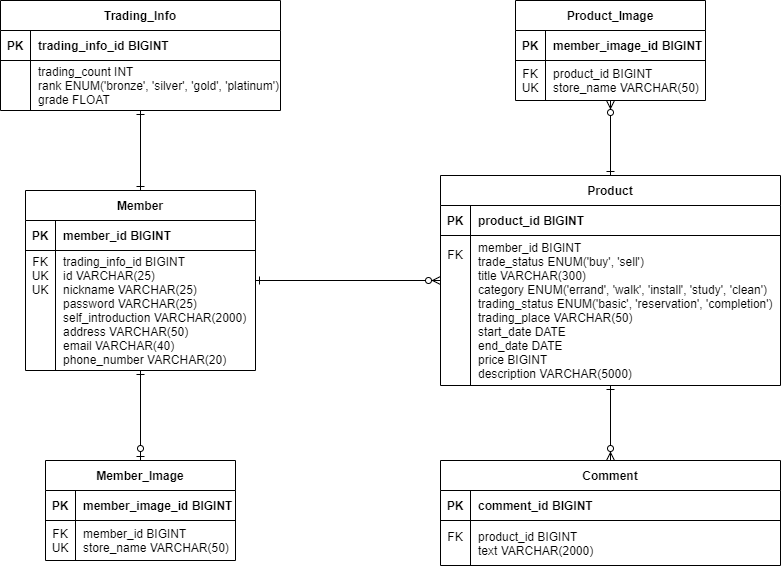
Above: sprint1 table.drawio.png in TEAM-TEMPUS/jjapturi (draw.io), before the change. Source tidied: cells renumbered, new cells last; positions are measured from the earlier drawing's top-left corner, leaving out a move shared by most shapes.
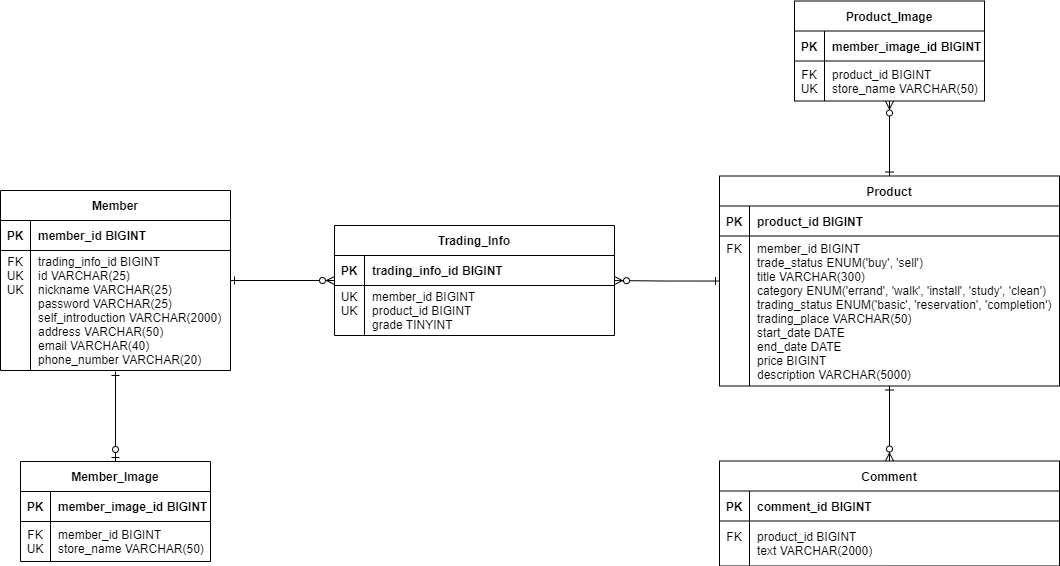
Above is the later version.

Commit message:
docs: 거래 정보 테이블 수정

Change to the diagram source:
```diff
@@ -3,7 +3,7 @@
     <mxCell id="0" />
     <mxCell id="1" parent="0" />
     <mxCell id="2" value="Member" style="shape=table;startSize=30;rowLines=0;fontStyle=1;align=center;" parent="1" vertex="1">
-      <mxGeometry x="25" y="190" width="230" height="180" as="geometry" />
+      <mxGeometry x="-154" y="187" width="230" height="180" as="geometry" />
     </mxCell>
     <mxCell id="3" style="shape=tableRow;horizontal=0;startSize=0;swimlaneHead=0;swimlaneBody=0;fillColor=none;top=0;left=0;right=0;bottom=1;" parent="2" vertex="1">
       <mxGeometry y="30" width="230" height="30" as="geometry" />
@@ -23,29 +23,8 @@
     <mxCell id="8" value="trading_info_id BIGINT&#10;id VARCHAR(25)&#10;nickname VARCHAR(25)&#10;password VARCHAR(25)&#10;self_introduction VARCHAR(2000)&#10;address VARCHAR(50)&#10;email VARCHAR(40)&#10;phone_number VARCHAR(20)" style="shape=partialRectangle;fillColor=none;top=0;left=0;bottom=0;right=0;align=left;spacingLeft=6;overflow=hidden;" parent="6" vertex="1">
       <mxGeometry x="30" width="200" height="120" as="geometry" />
     </mxCell>
-    <mxCell id="9" value="Trading_Info" style="shape=table;startSize=30;rowLines=0;fontStyle=1;align=center;" parent="1" vertex="1">
-      <mxGeometry width="280" height="110" as="geometry" />
-    </mxCell>
-    <mxCell id="10" style="shape=tableRow;horizontal=0;startSize=0;swimlaneHead=0;swimlaneBody=0;fillColor=none;top=0;left=0;right=0;bottom=1;" parent="9" vertex="1">
-      <mxGeometry y="30" width="280" height="30" as="geometry" />
-    </mxCell>
-    <mxCell id="11" value="PK" style="shape=partialRectangle;fillColor=none;top=0;left=0;bottom=0;right=0;fontStyle=1;overflow=hidden;" parent="10" vertex="1">
-      <mxGeometry width="30" height="30" as="geometry" />
-    </mxCell>
-    <mxCell id="12" value="trading_info_id BIGINT" style="shape=partialRectangle;fillColor=none;top=0;left=0;bottom=0;right=0;align=left;spacingLeft=6;fontStyle=1;overflow=hidden;" parent="10" vertex="1">
-      <mxGeometry x="30" width="250" height="30" as="geometry" />
-    </mxCell>
-    <mxCell id="13" style="shape=tableRow;horizontal=0;startSize=0;swimlaneHead=0;swimlaneBody=0;fillColor=none;top=0;left=0;right=0;bottom=0;" parent="9" vertex="1">
-      <mxGeometry y="60" width="280" height="50" as="geometry" />
-    </mxCell>
-    <mxCell id="14" style="shape=partialRectangle;fillColor=none;top=0;left=0;bottom=0;right=0;overflow=hidden;" parent="13" vertex="1">
-      <mxGeometry width="30" height="50" as="geometry" />
-    </mxCell>
-    <mxCell id="15" value="trading_count INT&#10;rank ENUM('bronze', 'silver', 'gold', 'platinum')&#10;grade FLOAT" style="shape=partialRectangle;fillColor=none;top=0;left=0;bottom=0;right=0;align=left;spacingLeft=6;overflow=hidden;" parent="13" vertex="1">
-      <mxGeometry x="30" width="250" height="50" as="geometry" />
-    </mxCell>
     <mxCell id="16" value="Member_Image" style="shape=table;startSize=30;rowLines=0;fontStyle=1;align=center;" parent="1" vertex="1">
-      <mxGeometry x="45" y="460" width="190" height="100" as="geometry" />
+      <mxGeometry x="-134" y="458" width="190" height="100" as="geometry" />
     </mxCell>
     <mxCell id="17" style="shape=tableRow;horizontal=0;startSize=0;swimlaneHead=0;swimlaneBody=0;fillColor=none;top=0;left=0;right=0;bottom=1;" parent="16" vertex="1">
       <mxGeometry y="30" width="190" height="30" as="geometry" />
@@ -66,7 +45,7 @@
       <mxGeometry x="30" width="160" height="40" as="geometry" />
     </mxCell>
     <mxCell id="23" value="Product" style="shape=table;startSize=30;rowLines=0;fontStyle=1;align=center;" parent="1" vertex="1">
-      <mxGeometry x="440" y="175" width="340" height="210" as="geometry" />
+      <mxGeometry x="565" y="172.5" width="340" height="210" as="geometry" />
     </mxCell>
     <mxCell id="24" style="shape=tableRow;horizontal=0;startSize=0;swimlaneHead=0;swimlaneBody=0;fillColor=none;top=0;left=0;right=0;bottom=1;" parent="23" vertex="1">
       <mxGeometry y="30" width="340" height="30" as="geometry" />
@@ -80,14 +59,14 @@
     <mxCell id="27" style="shape=tableRow;horizontal=0;startSize=0;swimlaneHead=0;swimlaneBody=0;fillColor=none;top=0;left=0;right=0;bottom=0;" parent="23" vertex="1">
       <mxGeometry y="60" width="340" height="150" as="geometry" />
     </mxCell>
-    <mxCell id="28" value="FK&#10;&#10;&#10;&#10;&#10;&#10;&#10;&#10;" style="shape=partialRectangle;fillColor=none;top=0;left=0;bottom=0;right=0;overflow=hidden;" parent="27" vertex="1">
+    <mxCell id="28" value="FK&#10;&#10;&#10;&#10;&#10;&#10;&#10;&#10;&#10;" style="shape=partialRectangle;fillColor=none;top=0;left=0;bottom=0;right=0;overflow=hidden;" parent="27" vertex="1">
       <mxGeometry width="30" height="150" as="geometry" />
     </mxCell>
     <mxCell id="29" value="member_id BIGINT&#10;trade_status ENUM('buy', 'sell')&#10;title VARCHAR(300)&#10;category ENUM('errand', 'walk', 'install', 'study', 'clean')&#10;trading_status ENUM('basic', 'reservation', 'completion')&#10;trading_place VARCHAR(50)&#10;start_date DATE&#10;end_date DATE&#10;price BIGINT&#10;description VARCHAR(5000)" style="shape=partialRectangle;fillColor=none;top=0;left=0;bottom=0;right=0;align=left;spacingLeft=6;overflow=hidden;" parent="27" vertex="1">
       <mxGeometry x="30" width="310" height="150" as="geometry" />
     </mxCell>
     <mxCell id="30" value="Product_Image" style="shape=table;startSize=30;rowLines=0;fontStyle=1;align=center;" parent="1" vertex="1">
-      <mxGeometry x="515" width="190" height="100" as="geometry" />
+      <mxGeometry x="640" y="-2.5" width="190" height="100" as="geometry" />
     </mxCell>
     <mxCell id="31" style="shape=tableRow;horizontal=0;startSize=0;swimlaneHead=0;swimlaneBody=0;fillColor=none;top=0;left=0;right=0;bottom=1;" parent="30" vertex="1">
       <mxGeometry y="30" width="190" height="30" as="geometry" />
@@ -108,7 +87,7 @@
       <mxGeometry x="30" width="160" height="40" as="geometry" />
     </mxCell>
     <mxCell id="37" value="Comment" style="shape=table;startSize=30;rowLines=0;fontStyle=1;align=center;" parent="1" vertex="1">
-      <mxGeometry x="440" y="460" width="340" height="105" as="geometry" />
+      <mxGeometry x="565" y="457.5" width="340" height="105" as="geometry" />
     </mxCell>
     <mxCell id="38" style="shape=tableRow;horizontal=0;startSize=0;swimlaneHead=0;swimlaneBody=0;fillColor=none;top=0;left=0;right=0;bottom=1;" parent="37" vertex="1">
       <mxGeometry y="30" width="340" height="30" as="geometry" />
@@ -128,13 +107,12 @@
     <mxCell id="43" value="product_id BIGINT&#10;text VARCHAR(2000)" style="shape=partialRectangle;fillColor=none;top=0;left=0;bottom=0;right=0;align=left;spacingLeft=6;overflow=hidden;" parent="41" vertex="1">
       <mxGeometry x="30" width="310" height="45" as="geometry" />
     </mxCell>
-    <mxCell id="44" style="edgeStyle=orthogonalEdgeStyle;fontSize=12;html=1;endArrow=ERone;endFill=0;startArrow=ERone;rounded=0;startFill=0;" parent="1" edge="1" source="9" target="2">
-      <mxGeometry relative="1" as="geometry" />
-    </mxCell>
-    <mxCell id="45" style="edgeStyle=orthogonalEdgeStyle;fontSize=12;html=1;endArrow=ERone;endFill=0;startArrow=ERzeroToOne;rounded=0;startFill=0;" parent="1" edge="1" source="16" target="2">
-      <mxGeometry relative="1" as="geometry" />
+    <mxCell id="45" style="edgeStyle=orthogonalEdgeStyle;fontSize=12;html=1;endArrow=ERone;endFill=0;startArrow=ERzeroToOne;rounded=0;startFill=0;" parent="1" edge="1" source="16">
+      <mxGeometry relative="1" as="geometry">
+        <mxPoint x="-39" y="368" as="targetPoint" />
+      </mxGeometry>
     </mxCell>
-    <mxCell id="46" style="edgeStyle=orthogonalEdgeStyle;fontSize=12;html=1;endArrow=ERzeroToMany;endFill=1;startArrow=ERone;rounded=0;startFill=0;" parent="1" edge="1" source="2" target="23">
+    <mxCell id="46" style="edgeStyle=orthogonalEdgeStyle;fontSize=12;html=1;endArrow=ERzeroToMany;endFill=1;startArrow=ERone;rounded=0;startFill=0;" parent="1" edge="1" source="2" target="9">
       <mxGeometry relative="1" as="geometry" />
     </mxCell>
     <mxCell id="47" style="edgeStyle=orthogonalEdgeStyle;fontSize=12;html=1;endArrow=ERzeroToMany;endFill=1;startArrow=ERone;rounded=0;startFill=0;" parent="1" edge="1" source="23" target="30">
@@ -143,5 +121,29 @@
     <mxCell id="48" style="edgeStyle=orthogonalEdgeStyle;fontSize=12;html=1;endArrow=ERzeroToMany;endFill=1;startArrow=ERone;rounded=0;startFill=0;" parent="1" edge="1" source="23" target="37">
       <mxGeometry relative="1" as="geometry" />
     </mxCell>
+    <mxCell id="9" value="Trading_Info" style="shape=table;startSize=30;rowLines=0;fontStyle=1;align=center;" parent="1" vertex="1">
+      <mxGeometry x="180" y="222" width="280" height="110" as="geometry" />
+    </mxCell>
+    <mxCell id="10" style="shape=tableRow;horizontal=0;startSize=0;swimlaneHead=0;swimlaneBody=0;fillColor=none;top=0;left=0;right=0;bottom=1;" parent="9" vertex="1">
+      <mxGeometry y="30" width="280" height="30" as="geometry" />
+    </mxCell>
+    <mxCell id="11" value="PK" style="shape=partialRectangle;fillColor=none;top=0;left=0;bottom=0;right=0;fontStyle=1;overflow=hidden;" parent="10" vertex="1">
+      <mxGeometry width="30" height="30" as="geometry" />
+    </mxCell>
+    <mxCell id="12" value="trading_info_id BIGINT" style="shape=partialRectangle;fillColor=none;top=0;left=0;bottom=0;right=0;align=left;spacingLeft=6;fontStyle=1;overflow=hidden;" parent="10" vertex="1">
+      <mxGeometry x="30" width="250" height="30" as="geometry" />
+    </mxCell>
+    <mxCell id="13" style="shape=tableRow;horizontal=0;startSize=0;swimlaneHead=0;swimlaneBody=0;fillColor=none;top=0;left=0;right=0;bottom=0;" parent="9" vertex="1">
+      <mxGeometry y="60" width="280" height="50" as="geometry" />
+    </mxCell>
+    <mxCell id="49" value="UK&#10;UK&#10;" style="shape=partialRectangle;fillColor=none;top=0;left=0;bottom=0;right=0;overflow=hidden;" parent="13" vertex="1">
+      <mxGeometry width="30" height="50" as="geometry" />
+    </mxCell>
+    <mxCell id="50" value="member_id BIGINT&#10;product_id BIGINT&#10;grade TINYINT" style="shape=partialRectangle;fillColor=none;top=0;left=0;bottom=0;right=0;align=left;spacingLeft=6;overflow=hidden;" parent="13" vertex="1">
+      <mxGeometry x="30" width="250" height="50" as="geometry" />
+    </mxCell>
+    <mxCell id="51" style="edgeStyle=orthogonalEdgeStyle;fontSize=12;html=1;endArrow=ERzeroToMany;endFill=1;startArrow=ERone;rounded=0;startFill=0;" parent="1" edge="1" source="23" target="9">
+      <mxGeometry relative="1" as="geometry" />
+    </mxCell>
   </root>
 </mxGraphModel>
```
